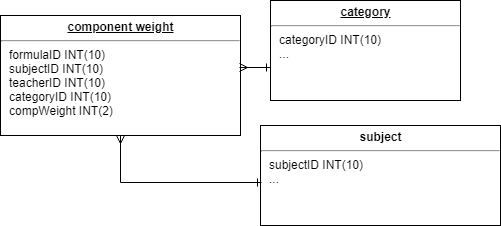
Above: SP/Component-Weight.png in blankart/dhla-web-app (draw.io), before the change. Source tidied: cells renumbered, new cells last; positions are measured from the earlier drawing's top-left corner, leaving out a move shared by most shapes. The source it was exported from:
```xml
<mxGraphModel background="#ffffff">
  <root>
    <mxCell id="0" />
    <mxCell id="1" parent="0" />
    <mxCell id="2" value="&lt;p style=&quot;margin: 0px ; margin-top: 4px ; text-align: center ; text-decoration: underline&quot;&gt;&lt;b&gt;component weight&lt;/b&gt;&lt;/p&gt;&lt;hr&gt;&lt;p style=&quot;margin: 0px ; margin-left: 8px&quot;&gt;formulaID INT(10)&lt;/p&gt;&lt;p style=&quot;margin: 0px ; margin-left: 8px&quot;&gt;subjectID INT(10)&lt;/p&gt;&lt;p style=&quot;margin: 0px ; margin-left: 8px&quot;&gt;teacherID INT(10)&lt;/p&gt;&lt;p style=&quot;margin: 0px ; margin-left: 8px&quot;&gt;categoryID INT(10)&lt;/p&gt;&lt;p style=&quot;margin: 0px ; margin-left: 8px&quot;&gt;compWeight INT(2)&lt;/p&gt;" style="verticalAlign=top;align=left;overflow=fill;fontSize=12;fontFamily=Helvetica;html=1;rounded=0;shadow=0;comic=0;labelBackgroundColor=none;strokeColor=#000000;strokeWidth=1;fillColor=#ffffff;" parent="1" vertex="1">
      <mxGeometry y="15" width="240" height="120" as="geometry" />
    </mxCell>
    <mxCell id="3" value="&lt;p style=&quot;margin: 4px 0px 0px ; text-align: center&quot;&gt;&lt;b&gt;subject&lt;/b&gt;&lt;/p&gt;&lt;hr&gt;&lt;p style=&quot;margin: 0px 0px 0px 8px&quot;&gt;subjectID INT(10)&lt;/p&gt;&lt;p style=&quot;margin: 0px 0px 0px 8px&quot;&gt;...&lt;/p&gt;" style="verticalAlign=top;align=left;overflow=fill;fontSize=12;fontFamily=Helvetica;html=1;rounded=0;shadow=0;comic=0;labelBackgroundColor=none;strokeColor=#000000;strokeWidth=1;fillColor=#ffffff;" parent="1" vertex="1">
      <mxGeometry x="260" y="125" width="240" height="100" as="geometry" />
    </mxCell>
    <mxCell id="4" style="endArrow=ERmany;html=1;edgeStyle=orthogonalEdgeStyle;rounded=0;exitX=0.006;exitY=0.57;exitDx=0;exitDy=0;startArrow=ERone;startFill=0;endFill=0;exitPerimeter=0;" parent="1" edge="1" source="3">
      <mxGeometry relative="1" as="geometry">
        <mxPoint x="120" y="135" as="targetPoint" />
        <Array as="points">
          <mxPoint x="120" y="182" />
        </Array>
      </mxGeometry>
    </mxCell>
    <mxCell id="5" value="&lt;p style=&quot;margin: 0px ; margin-top: 4px ; text-align: center ; text-decoration: underline&quot;&gt;&lt;b&gt;category&lt;/b&gt;&lt;/p&gt;&lt;hr&gt;&lt;p style=&quot;margin: 0px ; margin-left: 8px&quot;&gt;categoryID INT(10)&lt;/p&gt;&lt;p style=&quot;margin: 0px ; margin-left: 8px&quot;&gt;...&lt;/p&gt;" style="verticalAlign=top;align=left;overflow=fill;fontSize=12;fontFamily=Helvetica;html=1;rounded=0;shadow=0;comic=0;labelBackgroundColor=none;strokeColor=#000000;strokeWidth=1;fillColor=#ffffff;" parent="1" vertex="1">
      <mxGeometry x="270" width="190" height="100" as="geometry" />
    </mxCell>
    <mxCell id="6" style="endArrow=ERmany;html=1;edgeStyle=orthogonalEdgeStyle;rounded=0;startArrow=ERone;startFill=0;endFill=0;entryX=0.997;entryY=0.436;entryDx=0;entryDy=0;entryPerimeter=0;" parent="1" edge="1" target="2">
      <mxGeometry relative="1" as="geometry">
        <mxPoint x="270" y="67" as="sourcePoint" />
        <Array as="points">
          <mxPoint x="270" y="67" />
        </Array>
      </mxGeometry>
    </mxCell>
  </root>
</mxGraphModel>
```
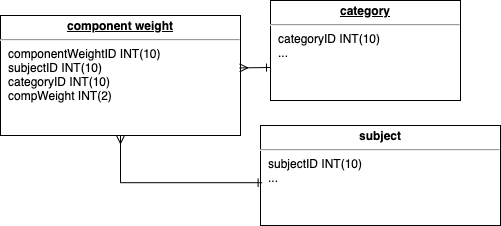
After the change.

The edit, as a diff of the source:
```diff
@@ -2,7 +2,7 @@
   <root>
     <mxCell id="0" />
     <mxCell id="1" parent="0" />
-    <mxCell id="2" value="&lt;p style=&quot;margin: 0px ; margin-top: 4px ; text-align: center ; text-decoration: underline&quot;&gt;&lt;b&gt;component weight&lt;/b&gt;&lt;/p&gt;&lt;hr&gt;&lt;p style=&quot;margin: 0px ; margin-left: 8px&quot;&gt;formulaID INT(10)&lt;/p&gt;&lt;p style=&quot;margin: 0px ; margin-left: 8px&quot;&gt;subjectID INT(10)&lt;/p&gt;&lt;p style=&quot;margin: 0px ; margin-left: 8px&quot;&gt;teacherID INT(10)&lt;/p&gt;&lt;p style=&quot;margin: 0px ; margin-left: 8px&quot;&gt;categoryID INT(10)&lt;/p&gt;&lt;p style=&quot;margin: 0px ; margin-left: 8px&quot;&gt;compWeight INT(2)&lt;/p&gt;" style="verticalAlign=top;align=left;overflow=fill;fontSize=12;fontFamily=Helvetica;html=1;rounded=0;shadow=0;comic=0;labelBackgroundColor=none;strokeColor=#000000;strokeWidth=1;fillColor=#ffffff;" parent="1" vertex="1">
+    <mxCell id="2" value="&lt;p style=&quot;margin: 0px ; margin-top: 4px ; text-align: center ; text-decoration: underline&quot;&gt;&lt;b&gt;component weight&lt;/b&gt;&lt;/p&gt;&lt;hr&gt;&lt;p style=&quot;margin: 0px ; margin-left: 8px&quot;&gt;componentWeightID INT(10)&lt;/p&gt;&lt;p style=&quot;margin: 0px ; margin-left: 8px&quot;&gt;subjectID INT(10)&lt;/p&gt;&lt;p style=&quot;margin: 0px ; margin-left: 8px&quot;&gt;categoryID INT(10)&lt;/p&gt;&lt;p style=&quot;margin: 0px ; margin-left: 8px&quot;&gt;compWeight INT(2)&lt;/p&gt;" style="verticalAlign=top;align=left;overflow=fill;fontSize=12;fontFamily=Helvetica;html=1;rounded=0;shadow=0;comic=0;labelBackgroundColor=none;strokeColor=#000000;strokeWidth=1;fillColor=#ffffff;" parent="1" vertex="1">
       <mxGeometry y="15" width="240" height="120" as="geometry" />
     </mxCell>
     <mxCell id="3" value="&lt;p style=&quot;margin: 4px 0px 0px ; text-align: center&quot;&gt;&lt;b&gt;subject&lt;/b&gt;&lt;/p&gt;&lt;hr&gt;&lt;p style=&quot;margin: 0px 0px 0px 8px&quot;&gt;subjectID INT(10)&lt;/p&gt;&lt;p style=&quot;margin: 0px 0px 0px 8px&quot;&gt;...&lt;/p&gt;" style="verticalAlign=top;align=left;overflow=fill;fontSize=12;fontFamily=Helvetica;html=1;rounded=0;shadow=0;comic=0;labelBackgroundColor=none;strokeColor=#000000;strokeWidth=1;fillColor=#ffffff;" parent="1" vertex="1">
```
